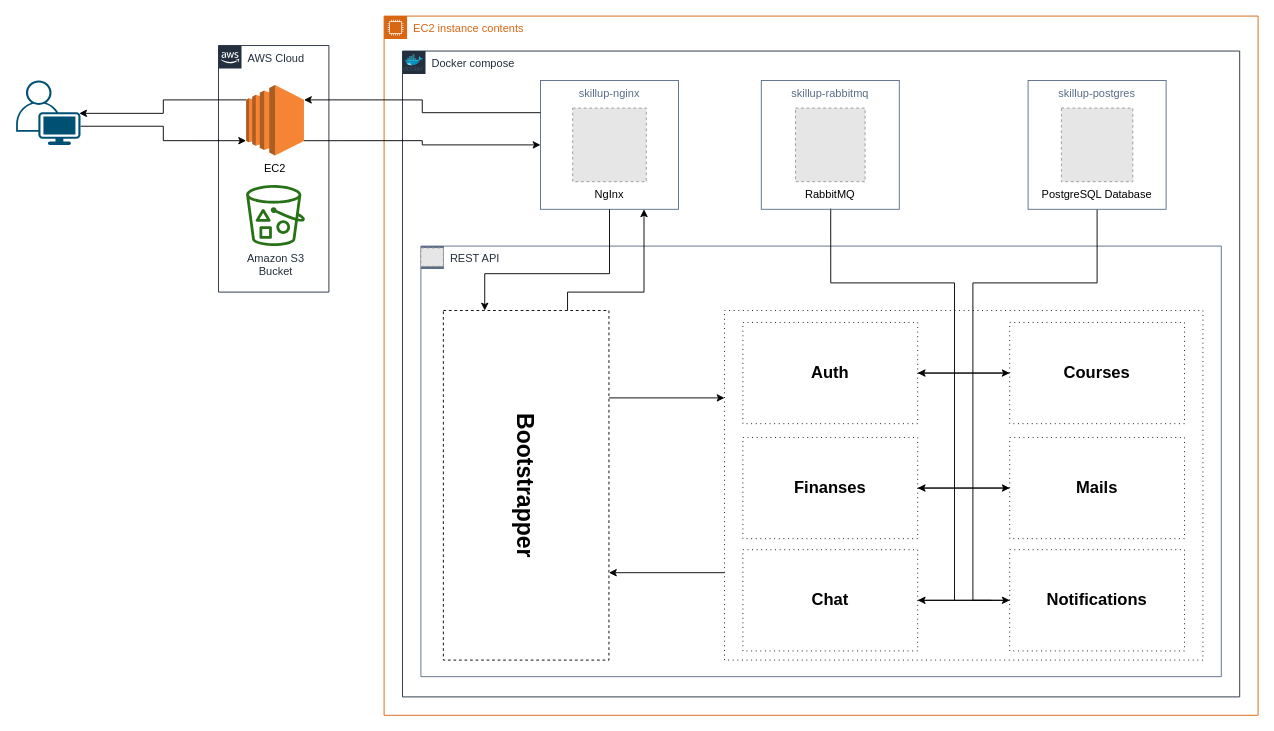
The draw.io diagram page "Architecture-Prod" (1 of 2) of src/documentation/graphs.drawio in FriZiii/SkillUp, before the edit. Source tidied: cells renumbered, new cells numbered last; positions are measured from the earlier drawing's top-left corner, leaving out a move shared by most shapes. Both pictures are drawn from the tidied source at 92%, with x=0, y=0 at pixel (16, 16). Pictures stored in the file or linked from it are replaced by grey dashed boxes.
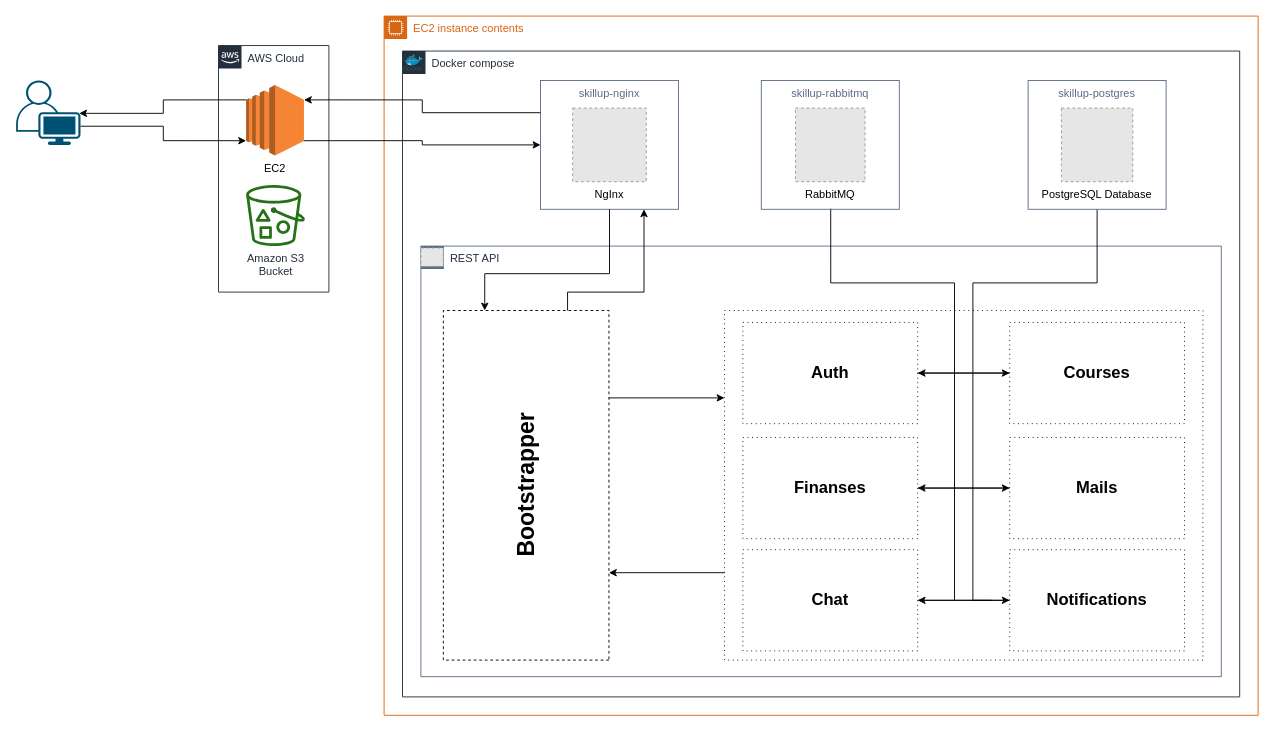
After the change.

Unchanged cells that the change refers to:
```xml
<mxCell id="6" value="Docker compose" style="gradientColor=none;html=1;whiteSpace=wrap;fontSize=12;fontStyle=0;shape=mxgraph.aws4.group;grIcon=mxgraph.aws4.group_aws_cloud_alt;strokeColor=#232F3E;fillColor=none;verticalAlign=top;align=left;spacingLeft=30;fontColor=#232F3E;dashed=0;" parent="5" vertex="1">
  <mxGeometry x="20" y="38" width="910" height="702" as="geometry" />
</mxCell>
<mxCell id="8" value="skillup-nginx" style="fillColor=none;strokeColor=#5A6C86;verticalAlign=top;fontStyle=0;fontColor=#5A6C86;whiteSpace=wrap;html=1;" parent="6" vertex="1">
  <mxGeometry x="150" y="32" width="150" height="140" as="geometry" />
</mxCell>
<mxCell id="10" value="REST API" style="points=[[0,0],[0.25,0],[0.5,0],[0.75,0],[1,0],[1,0.25],[1,0.5],[1,0.75],[1,1],[0.75,1],[0.5,1],[0.25,1],[0,1],[0,0.75],[0,0.5],[0,0.25]];outlineConnect=0;gradientColor=none;html=1;whiteSpace=wrap;fontSize=12;fontStyle=0;shape=mxgraph.aws4.group;grIcon=mxgraph.aws4.group_aws_cloud_alt;strokeColor=#5A6C86;fillColor=none;verticalAlign=top;align=left;spacingLeft=30;fontColor=#232F3E;" parent="6" vertex="1">
  <mxGeometry x="20" y="212" width="870" height="468" as="geometry" />
</mxCell>
<mxCell id="12" value="&lt;h2&gt;&lt;br&gt;&lt;/h2&gt;" style="rounded=0;whiteSpace=wrap;html=1;dashed=1;dashPattern=1 4;fillColor=none;" parent="10" vertex="1">
  <mxGeometry x="330" y="70" width="520" height="380" as="geometry" />
</mxCell>
```

The edit, as a diff of the source:
```diff
@@
-    <mxCell id="11" style="edgeStyle=orthogonalEdgeStyle;rounded=0;jettySize=auto;html=1;exitX=0;exitY=0.75;exitDx=0;exitDy=0;entryX=1;entryY=0.75;entryDx=0;entryDy=0;" parent="10" edge="1" source="12" target="15">
+    <mxCell id="11" style="edgeStyle=orthogonalEdgeStyle;rounded=0;jettySize=auto;html=1;exitX=0;exitY=0.75;exitDx=0;exitDy=0;entryX=0;entryY=0.25;entryDx=0;entryDy=0;" parent="10" edge="1" source="12" target="15">
       <mxGeometry relative="1" as="geometry" />
     </mxCell>
@@
-    <mxCell id="14" style="edgeStyle=orthogonalEdgeStyle;rounded=0;jettySize=auto;html=1;exitX=1;exitY=0.25;exitDx=0;exitDy=0;entryX=0;entryY=0.25;entryDx=0;entryDy=0;" parent="10" edge="1" source="15" target="12">
+    <mxCell id="14" style="edgeStyle=orthogonalEdgeStyle;rounded=0;jettySize=auto;html=1;exitX=0;exitY=0.75;exitDx=0;exitDy=0;entryX=0;entryY=0.25;entryDx=0;entryDy=0;" parent="10" edge="1" source="15" target="12">
       <mxGeometry relative="1" as="geometry" />
     </mxCell>
-    <mxCell id="15" value="&lt;h3 style=&quot;font-size: 25px;&quot;&gt;Bootstrapper&lt;/h3&gt;" style="rounded=0;whiteSpace=wrap;html=1;dashed=1;fillColor=none;flipH=0;flipV=0;fontSize=24;textDirection=vertical-lr;horizontal=1;verticalAlign=middle;align=center;labelPosition=center;verticalLabelPosition=middle;direction=east;" parent="10" vertex="1">
+    <mxCell id="15" value="&lt;h3 style=&quot;font-size: 25px;&quot;&gt;Bootstrapper&lt;/h3&gt;" style="rounded=0;whiteSpace=wrap;html=1;dashed=1;fillColor=none;flipH=0;flipV=0;fontSize=24;textDirection=vertical-lr;horizontal=1;verticalAlign=middle;align=center;labelPosition=center;verticalLabelPosition=middle;direction=east;rotation=-180;" parent="10" vertex="1">
       <mxGeometry x="24.4" y="70" width="180" height="380" as="geometry" />
     </mxCell>
@@
-    <mxCell id="29" style="edgeStyle=orthogonalEdgeStyle;rounded=0;jettySize=auto;html=1;entryX=0.25;entryY=0;entryDx=0;entryDy=0;" parent="6" edge="1" source="8" target="15">
+    <mxCell id="29" style="edgeStyle=orthogonalEdgeStyle;rounded=0;jettySize=auto;html=1;entryX=0.75;entryY=1;entryDx=0;entryDy=0;" parent="6" edge="1" source="8" target="15">
       <mxGeometry relative="1" as="geometry">
         <Array as="points">
           <mxPoint x="225" y="242" />
           <mxPoint x="89" y="242" />
         </Array>
       </mxGeometry>
     </mxCell>
-    <mxCell id="30" style="edgeStyle=orthogonalEdgeStyle;rounded=0;jettySize=auto;html=1;exitX=0.75;exitY=0;exitDx=0;exitDy=0;entryX=0.75;entryY=1;entryDx=0;entryDy=0;" parent="6" edge="1" source="15" target="8">
+    <mxCell id="30" style="edgeStyle=orthogonalEdgeStyle;rounded=0;jettySize=auto;html=1;exitX=0.25;exitY=1;exitDx=0;exitDy=0;entryX=0.75;entryY=1;entryDx=0;entryDy=0;" parent="6" edge="1" source="15" target="8">
       <mxGeometry relative="1" as="geometry">
         <Array as="points">
           <mxPoint x="179" y="262" />
-          <mxPoint x="262" y="262" />
+          <mxPoint x="263" y="262" />
         </Array>
       </mxGeometry>
     </mxCell>
```
